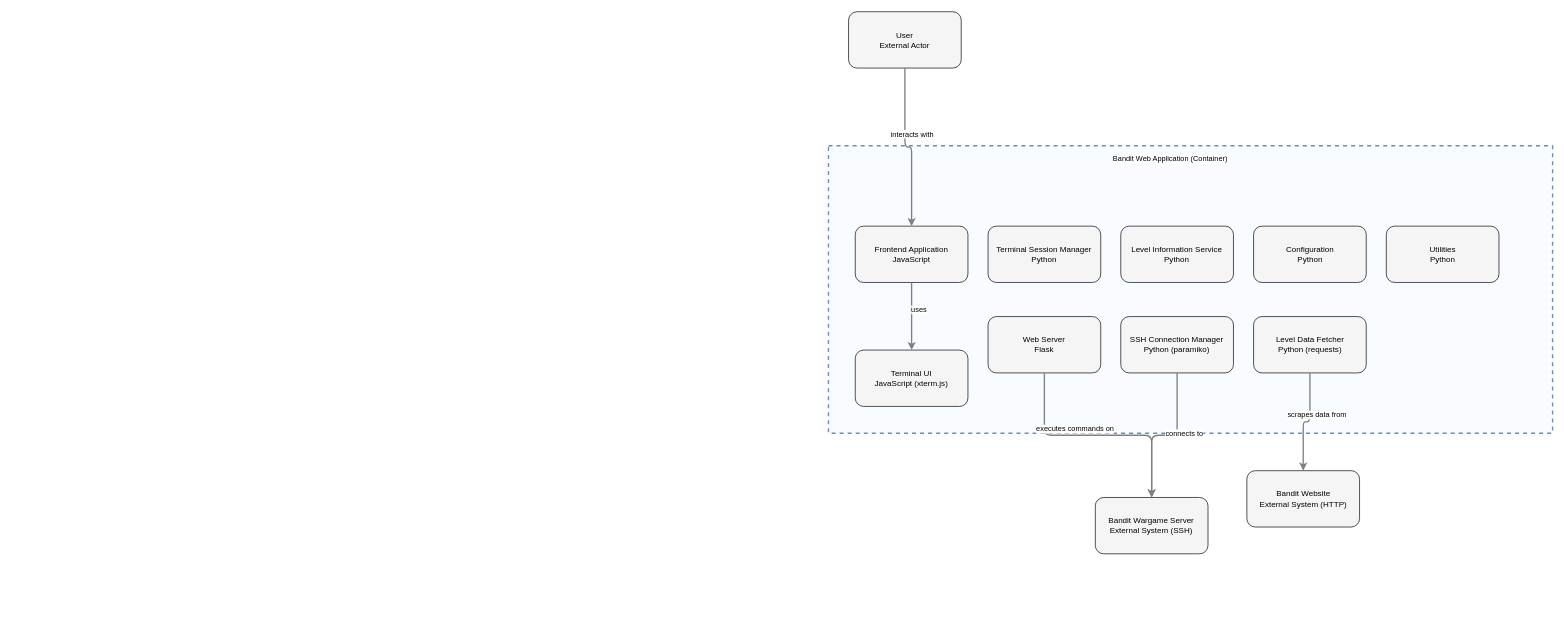
TheRealFREDP3D/Making-BanditGUI keeps this draw.io diagram as docs/drawio/v0.3-Detailled-Overview.drawio. Above is the earlier version. Source tidied: cells renumbered, new cells numbered last; positions are measured from the earlier drawing's top-left corner, leaving out a move shared by most shapes. Both pictures are drawn from the tidied source at 67%, with x=0, y=0 at pixel (828, 11).
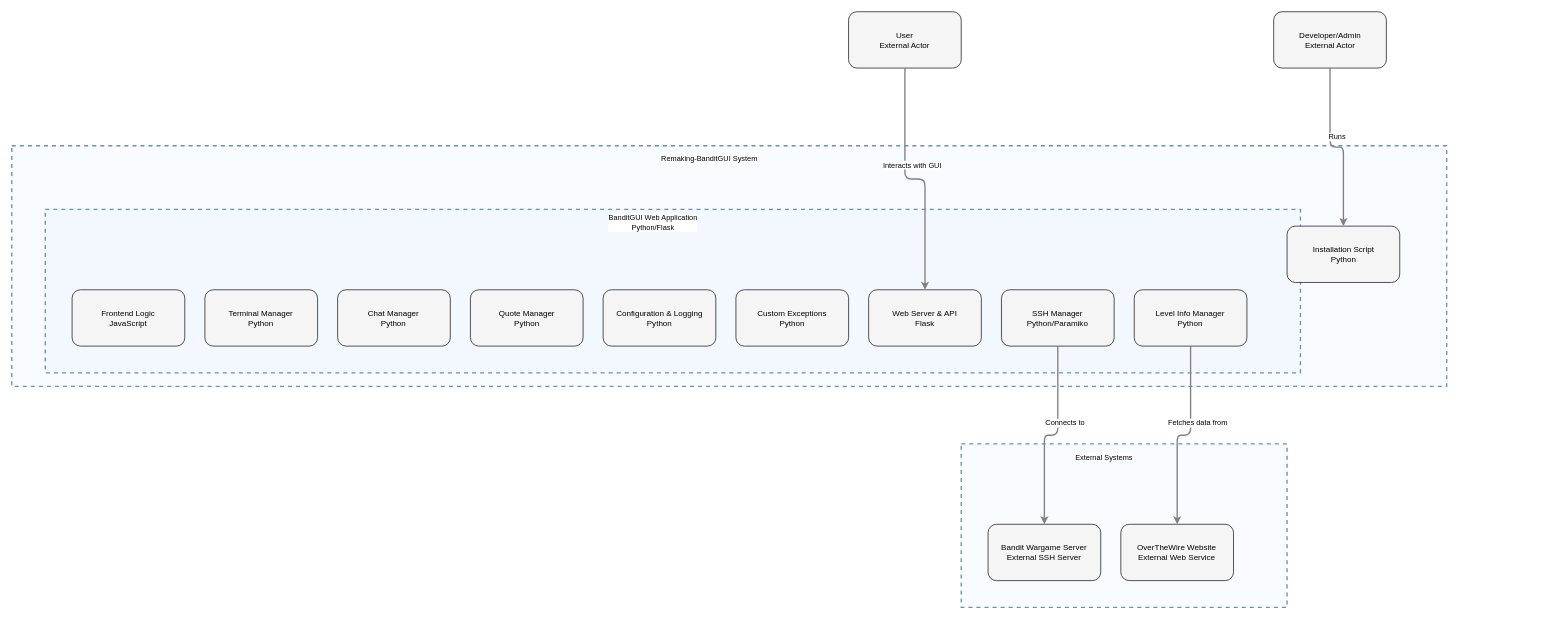
After the change.

Unchanged cells that the change refers to:
```xml
<mxCell id="4" value="User&lt;br&gt;External Actor" style="rounded=1;whiteSpace=wrap;html=1;fillColor=#f5f5f5;" parent="1" vertex="1">
  <mxGeometry x="30" width="168.2" height="84.1" as="geometry" />
</mxCell>
```

The edit, as a diff of the source:
```diff
@@
-    <mxCell id="2" style="html=1;whiteSpace=wrap;fillColor=#dae8fc;strokeColor=#6c8ebf;dashed=1;fillOpacity=20;strokeWidth=2;containerType=none;" parent="1" vertex="1">
-      <mxGeometry y="200" width="1080.8" height="429.1" as="geometry" />
-    </mxCell>
-    <mxCell id="3" value="Bandit Web Application (Container)" style="edgeLabel;html=1;align=center;verticalAlign=middle;labelBackgroundColor=white;spacing=5;" parent="1" vertex="1">
-      <mxGeometry x="8" y="208" width="1004.8" height="24" as="geometry" />
-    </mxCell>
+    <mxCell id="26" style="html=1;whiteSpace=wrap;fillColor=#dae8fc;strokeColor=#6c8ebf;dashed=1;fillOpacity=20;strokeWidth=2;containerType=none;" parent="30" vertex="1">
+      <mxGeometry x="50" y="95" width="1873.4" height="244.1" as="geometry" />
+    </mxCell>
+    <mxCell id="27" value="BanditGUI Web Application&lt;br&gt;Python/Flask" style="edgeLabel;html=1;align=center;verticalAlign=middle;labelBackgroundColor=white;spacing=5;" parent="30" vertex="1">
+      <mxGeometry x="58" y="103" width="1797.4" height="24" as="geometry" />
+    </mxCell>
+    <mxCell id="28" style="html=1;whiteSpace=wrap;fillColor=#dae8fc;strokeColor=#6c8ebf;dashed=1;fillOpacity=20;strokeWidth=2;containerType=none;" parent="1" vertex="1">
+      <mxGeometry x="198.2" y="645" width="486.3" height="244.1" as="geometry" />
+    </mxCell>
+    <mxCell id="29" value="External Systems" style="edgeLabel;html=1;align=center;verticalAlign=middle;labelBackgroundColor=white;spacing=5;" parent="1" vertex="1">
+      <mxGeometry x="206.2" y="653" width="410.3" height="24" as="geometry" />
+    </mxCell>
+    <mxCell id="30" style="html=1;whiteSpace=wrap;fillColor=#dae8fc;strokeColor=#6c8ebf;dashed=1;fillOpacity=20;strokeWidth=2;containerType=none;" parent="1" vertex="1">
+      <mxGeometry x="-1218.9" y="200" width="2141.6" height="359.1" as="geometry" />
+    </mxCell>
+    <mxCell id="31" value="Remaking-BanditGUI System" style="edgeLabel;html=1;align=center;verticalAlign=middle;labelBackgroundColor=white;spacing=5;" parent="1" vertex="1">
+      <mxGeometry x="-1210.9" y="208" width="2065.6" height="24" as="geometry" />
+    </mxCell>
@@
-    <mxCell id="5" value="Bandit Wargame Server&lt;br&gt;External System (SSH)" style="rounded=1;whiteSpace=wrap;html=1;fillColor=#f5f5f5;" parent="1" vertex="1">
-      <mxGeometry x="398.3" y="725" width="168.2" height="84.1" as="geometry" />
-    </mxCell>
-    <mxCell id="6" value="Bandit Website&lt;br&gt;External System (HTTP)" style="rounded=1;whiteSpace=wrap;html=1;fillColor=#f5f5f5;" parent="1" vertex="1">
-      <mxGeometry x="624.5" y="685" width="168.2" height="84.1" as="geometry" />
-    </mxCell>
-    <mxCell id="7" value="Web Server&lt;br&gt;Flask" style="rounded=1;whiteSpace=wrap;html=1;fillColor=#f5f5f5;" parent="2" vertex="1">
-      <mxGeometry x="238.2" y="255" width="168.2" height="84.1" as="geometry" />
-    </mxCell>
-    <mxCell id="8" value="Frontend Application&lt;br&gt;JavaScript" style="rounded=1;whiteSpace=wrap;html=1;fillColor=#f5f5f5;" parent="2" vertex="1">
-      <mxGeometry x="40" y="120" width="168.2" height="84.1" as="geometry" />
-    </mxCell>
-    <mxCell id="9" value="Terminal UI&lt;br&gt;JavaScript (xterm.js)" style="rounded=1;whiteSpace=wrap;html=1;fillColor=#f5f5f5;" parent="2" vertex="1">
-      <mxGeometry x="40" y="305" width="168.2" height="84.1" as="geometry" />
-    </mxCell>
-    <mxCell id="10" value="SSH Connection Manager&lt;br&gt;Python (paramiko)" style="rounded=1;whiteSpace=wrap;html=1;fillColor=#f5f5f5;" parent="2" vertex="1">
-      <mxGeometry x="436.3" y="255" width="168.2" height="84.1" as="geometry" />
-    </mxCell>
-    <mxCell id="11" value="Terminal Session Manager&lt;br&gt;Python" style="rounded=1;whiteSpace=wrap;html=1;fillColor=#f5f5f5;" parent="2" vertex="1">
-      <mxGeometry x="238.2" y="120" width="168.2" height="84.1" as="geometry" />
-    </mxCell>
-    <mxCell id="12" value="Level Information Service&lt;br&gt;Python" style="rounded=1;whiteSpace=wrap;html=1;fillColor=#f5f5f5;" parent="2" vertex="1">
-      <mxGeometry x="436.3" y="120" width="168.2" height="84.1" as="geometry" />
-    </mxCell>
-    <mxCell id="13" value="Configuration&lt;br&gt;Python" style="rounded=1;whiteSpace=wrap;html=1;fillColor=#f5f5f5;" parent="2" vertex="1">
-      <mxGeometry x="634.5" y="120" width="168.2" height="84.1" as="geometry" />
-    </mxCell>
-    <mxCell id="14" value="Utilities&lt;br&gt;Python" style="rounded=1;whiteSpace=wrap;html=1;fillColor=#f5f5f5;" parent="2" vertex="1">
-      <mxGeometry x="832.6" y="120" width="168.2" height="84.1" as="geometry" />
-    </mxCell>
-    <mxCell id="15" value="Level Data Fetcher&lt;br&gt;Python (requests)" style="rounded=1;whiteSpace=wrap;html=1;fillColor=#f5f5f5;" parent="2" vertex="1">
-      <mxGeometry x="634.5" y="255" width="168.2" height="84.1" as="geometry" />
-    </mxCell>
-    <mxCell id="16" style="edgeStyle=orthogonalEdgeStyle;rounded=1;jettySize=auto;html=1;strokeColor=#808080;strokeWidth=2;jumpStyle=arc;jumpSize=10;spacing=15;labelBackgroundColor=white;labelBorderColor=none;" parent="1" edge="1" source="7" target="5">
-      <mxGeometry relative="1" as="geometry" />
-    </mxCell>
-    <mxCell id="17" value="executes commands on" style="edgeLabel;html=1;align=center;verticalAlign=middle;" parent="16" vertex="1">
-      <mxGeometry x="-0.2" y="10" relative="1" as="geometry" />
-    </mxCell>
-    <mxCell id="18" style="edgeStyle=orthogonalEdgeStyle;rounded=1;jettySize=auto;html=1;strokeColor=#808080;strokeWidth=2;jumpStyle=arc;jumpSize=10;spacing=15;labelBackgroundColor=white;labelBorderColor=none;" parent="1" edge="1" source="10" target="5">
-      <mxGeometry relative="1" as="geometry" />
-    </mxCell>
-    <mxCell id="19" value="connects to" style="edgeLabel;html=1;align=center;verticalAlign=middle;" parent="18" vertex="1">
-      <mxGeometry x="-0.2" y="10" relative="1" as="geometry" />
-    </mxCell>
-    <mxCell id="20" style="edgeStyle=orthogonalEdgeStyle;rounded=1;jettySize=auto;html=1;strokeColor=#808080;strokeWidth=2;jumpStyle=arc;jumpSize=10;spacing=15;labelBackgroundColor=white;labelBorderColor=none;" parent="1" edge="1" source="15" target="6">
-      <mxGeometry relative="1" as="geometry" />
-    </mxCell>
-    <mxCell id="21" value="scrapes data from" style="edgeLabel;html=1;align=center;verticalAlign=middle;" parent="20" vertex="1">
-      <mxGeometry x="-0.2" y="10" relative="1" as="geometry" />
-    </mxCell>
-    <mxCell id="22" style="edgeStyle=orthogonalEdgeStyle;rounded=1;jettySize=auto;html=1;strokeColor=#808080;strokeWidth=2;jumpStyle=arc;jumpSize=10;spacing=15;labelBackgroundColor=white;labelBorderColor=none;" parent="1" edge="1" source="4" target="8">
-      <mxGeometry relative="1" as="geometry" />
-    </mxCell>
-    <mxCell id="23" value="interacts with" style="edgeLabel;html=1;align=center;verticalAlign=middle;" parent="22" vertex="1">
-      <mxGeometry x="-0.2" y="10" relative="1" as="geometry" />
-    </mxCell>
-    <mxCell id="24" style="edgeStyle=orthogonalEdgeStyle;rounded=1;jettySize=auto;html=1;strokeColor=#808080;strokeWidth=2;jumpStyle=arc;jumpSize=10;spacing=15;labelBackgroundColor=white;labelBorderColor=none;" parent="1" edge="1" source="8" target="9">
-      <mxGeometry relative="1" as="geometry" />
-    </mxCell>
-    <mxCell id="25" value="uses" style="edgeLabel;html=1;align=center;verticalAlign=middle;" parent="24" vertex="1">
-      <mxGeometry x="-0.2" y="10" relative="1" as="geometry" />
-    </mxCell>
+    <mxCell id="32" value="Developer/Admin&lt;br&gt;External Actor" style="rounded=1;whiteSpace=wrap;html=1;fillColor=#f5f5f5;" parent="1" vertex="1">
+      <mxGeometry x="664.5" width="168.2" height="84.1" as="geometry" />
+    </mxCell>
+    <mxCell id="33" value="Installation Script&lt;br&gt;Python" style="rounded=1;whiteSpace=wrap;html=1;fillColor=#f5f5f5;" parent="30" vertex="1">
+      <mxGeometry x="1903.4" y="120" width="168.2" height="84.1" as="geometry" />
+    </mxCell>
+    <mxCell id="34" value="Bandit Wargame Server&lt;br&gt;External SSH Server" style="rounded=1;whiteSpace=wrap;html=1;fillColor=#f5f5f5;" parent="28" vertex="1">
+      <mxGeometry x="40" y="120" width="168.2" height="84.1" as="geometry" />
+    </mxCell>
+    <mxCell id="35" value="OverTheWire Website&lt;br&gt;External Web Service" style="rounded=1;whiteSpace=wrap;html=1;fillColor=#f5f5f5;" parent="28" vertex="1">
+      <mxGeometry x="238.2" y="120" width="168.2" height="84.1" as="geometry" />
+    </mxCell>
+    <mxCell id="36" value="Web Server &amp;amp; API&lt;br&gt;Flask" style="rounded=1;whiteSpace=wrap;html=1;fillColor=#f5f5f5;" parent="26" vertex="1">
+      <mxGeometry x="1228.9" y="120" width="168.2" height="84.1" as="geometry" />
+    </mxCell>
+    <mxCell id="37" value="Frontend Logic&lt;br&gt;JavaScript" style="rounded=1;whiteSpace=wrap;html=1;fillColor=#f5f5f5;" parent="26" vertex="1">
+      <mxGeometry x="40" y="120" width="168.2" height="84.1" as="geometry" />
+    </mxCell>
+    <mxCell id="38" value="SSH Manager&lt;br&gt;Python/Paramiko" style="rounded=1;whiteSpace=wrap;html=1;fillColor=#f5f5f5;" parent="26" vertex="1">
+      <mxGeometry x="1427.1" y="120" width="168.2" height="84.1" as="geometry" />
+    </mxCell>
+    <mxCell id="39" value="Terminal Manager&lt;br&gt;Python" style="rounded=1;whiteSpace=wrap;html=1;fillColor=#f5f5f5;" parent="26" vertex="1">
+      <mxGeometry x="238.2" y="120" width="168.2" height="84.1" as="geometry" />
+    </mxCell>
+    <mxCell id="40" value="Chat Manager&lt;br&gt;Python" style="rounded=1;whiteSpace=wrap;html=1;fillColor=#f5f5f5;" parent="26" vertex="1">
+      <mxGeometry x="436.3" y="120" width="168.2" height="84.1" as="geometry" />
+    </mxCell>
+    <mxCell id="41" value="Level Info Manager&lt;br&gt;Python" style="rounded=1;whiteSpace=wrap;html=1;fillColor=#f5f5f5;" parent="26" vertex="1">
+      <mxGeometry x="1625.3" y="120" width="168.2" height="84.1" as="geometry" />
+    </mxCell>
+    <mxCell id="42" value="Quote Manager&lt;br&gt;Python" style="rounded=1;whiteSpace=wrap;html=1;fillColor=#f5f5f5;" parent="26" vertex="1">
+      <mxGeometry x="634.5" y="120" width="168.2" height="84.1" as="geometry" />
+    </mxCell>
+    <mxCell id="43" value="Configuration &amp;amp; Logging&lt;br&gt;Python" style="rounded=1;whiteSpace=wrap;html=1;fillColor=#f5f5f5;" parent="26" vertex="1">
+      <mxGeometry x="832.6" y="120" width="168.2" height="84.1" as="geometry" />
+    </mxCell>
+    <mxCell id="44" value="Custom Exceptions&lt;br&gt;Python" style="rounded=1;whiteSpace=wrap;html=1;fillColor=#f5f5f5;" parent="26" vertex="1">
+      <mxGeometry x="1030.8" y="120" width="168.2" height="84.1" as="geometry" />
+    </mxCell>
+    <mxCell id="45" style="edgeStyle=orthogonalEdgeStyle;rounded=1;jettySize=auto;html=1;strokeColor=#808080;strokeWidth=2;jumpStyle=arc;jumpSize=10;spacing=15;labelBackgroundColor=white;labelBorderColor=none;" parent="1" edge="1" source="32" target="33">
+      <mxGeometry relative="1" as="geometry" />
+    </mxCell>
+    <mxCell id="46" value="Runs" style="edgeLabel;html=1;align=center;verticalAlign=middle;" parent="45" vertex="1">
+      <mxGeometry x="-0.2" y="10" relative="1" as="geometry" />
+    </mxCell>
+    <mxCell id="47" style="edgeStyle=orthogonalEdgeStyle;rounded=1;jettySize=auto;html=1;strokeColor=#808080;strokeWidth=2;jumpStyle=arc;jumpSize=10;spacing=15;labelBackgroundColor=white;labelBorderColor=none;" parent="1" edge="1" source="4" target="36">
+      <mxGeometry relative="1" as="geometry" />
+    </mxCell>
+    <mxCell id="48" value="Interacts with GUI" style="edgeLabel;html=1;align=center;verticalAlign=middle;" parent="47" vertex="1">
+      <mxGeometry x="-0.2" y="10" relative="1" as="geometry" />
+    </mxCell>
+    <mxCell id="49" style="edgeStyle=orthogonalEdgeStyle;rounded=1;jettySize=auto;html=1;strokeColor=#808080;strokeWidth=2;jumpStyle=arc;jumpSize=10;spacing=15;labelBackgroundColor=white;labelBorderColor=none;" parent="1" edge="1" source="38" target="34">
+      <mxGeometry relative="1" as="geometry" />
+    </mxCell>
+    <mxCell id="50" value="Connects to" style="edgeLabel;html=1;align=center;verticalAlign=middle;" parent="49" vertex="1">
+      <mxGeometry x="-0.2" y="10" relative="1" as="geometry" />
+    </mxCell>
+    <mxCell id="51" style="edgeStyle=orthogonalEdgeStyle;rounded=1;jettySize=auto;html=1;strokeColor=#808080;strokeWidth=2;jumpStyle=arc;jumpSize=10;spacing=15;labelBackgroundColor=white;labelBorderColor=none;" parent="1" edge="1" source="41" target="35">
+      <mxGeometry relative="1" as="geometry" />
+    </mxCell>
+    <mxCell id="52" value="Fetches data from" style="edgeLabel;html=1;align=center;verticalAlign=middle;" parent="51" vertex="1">
+      <mxGeometry x="-0.2" y="10" relative="1" as="geometry" />
+    </mxCell>
```
